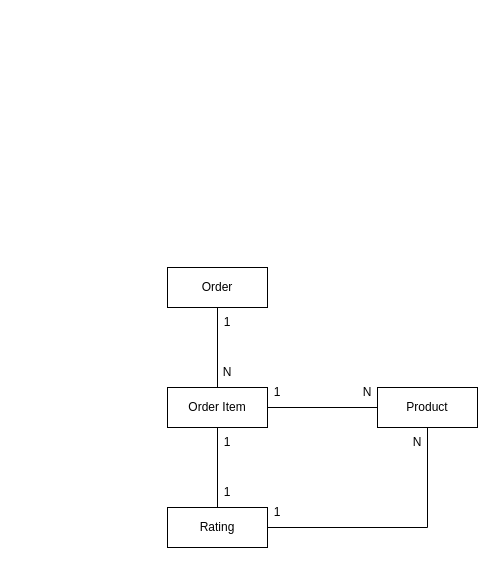
ceedee666/modern-abap-curriculum keeps this draw.io diagram as docs/imgs/scenario/scenario_data_model.drawio. Above is the earlier version. Source tidied: cells renumbered, new cells numbered last; positions are measured from the earlier drawing's top-left corner, leaving out a move shared by most shapes. Both pictures are drawn from the tidied source at 100%, with x=0, y=0 at pixel (167, 267).
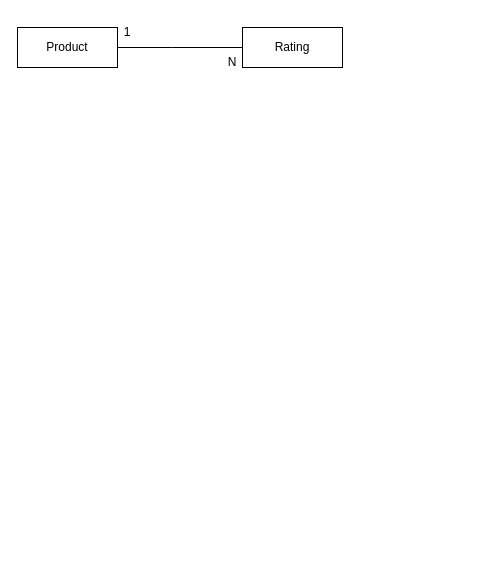
After the change.

Change to the diagram source:
```diff
@@
 <mxGraphModel>
   <root>
     <mxCell id="0" />
     <mxCell id="1" parent="0" />
-    <mxCell id="2" style="edgeStyle=orthogonalEdgeStyle;rounded=0;jettySize=auto;html=1;exitX=0.5;exitY=1;exitDx=0;exitDy=0;entryX=0.5;entryY=0;entryDx=0;entryDy=0;endArrow=none;endFill=0;" parent="1" edge="1" source="3" target="6">
-      <mxGeometry relative="1" as="geometry" />
-    </mxCell>
-    <mxCell id="3" value="Order" style="whiteSpace=wrap;html=1;align=center;" parent="1" vertex="1">
-      <mxGeometry width="100" height="40" as="geometry" />
-    </mxCell>
-    <mxCell id="4" style="edgeStyle=orthogonalEdgeStyle;rounded=0;jettySize=auto;html=1;exitX=1;exitY=0.5;exitDx=0;exitDy=0;endArrow=none;endFill=0;" parent="1" edge="1" source="6" target="9">
-      <mxGeometry relative="1" as="geometry" />
-    </mxCell>
-    <mxCell id="5" style="edgeStyle=orthogonalEdgeStyle;rounded=0;jettySize=auto;html=1;exitX=0.5;exitY=1;exitDx=0;exitDy=0;entryX=0.5;entryY=0;entryDx=0;entryDy=0;endArrow=none;endFill=0;" parent="1" edge="1" source="6" target="8">
-      <mxGeometry relative="1" as="geometry" />
+    <mxCell id="5" style="edgeStyle=orthogonalEdgeStyle;rounded=0;jettySize=auto;html=1;exitX=1;exitY=0.5;exitDx=0;exitDy=0;entryX=0;entryY=0.5;entryDx=0;entryDy=0;endArrow=none;endFill=0;" parent="1" edge="1" source="6" target="8">
+      <mxGeometry relative="1" as="geometry">
+        <Array as="points">
+          <mxPoint x="5" y="-220" />
+          <mxPoint x="5" y="-220" />
+        </Array>
+      </mxGeometry>
     </mxCell>
-    <mxCell id="6" value="Order Item" style="whiteSpace=wrap;html=1;align=center;" parent="1" vertex="1">
-      <mxGeometry y="120" width="100" height="40" as="geometry" />
+    <mxCell id="6" value="Product" style="whiteSpace=wrap;html=1;align=center;" parent="1" vertex="1">
+      <mxGeometry x="-150" y="-240" width="100" height="40" as="geometry" />
     </mxCell>
-    <mxCell id="7" style="edgeStyle=orthogonalEdgeStyle;rounded=0;jettySize=auto;html=1;exitX=1;exitY=0.5;exitDx=0;exitDy=0;endArrow=none;endFill=0;" parent="1" edge="1" source="8" target="9">
-      <mxGeometry relative="1" as="geometry" />
-    </mxCell>
     <mxCell id="8" value="Rating" style="whiteSpace=wrap;html=1;align=center;" parent="1" vertex="1">
-      <mxGeometry y="240" width="100" height="40" as="geometry" />
+      <mxGeometry x="75" y="-240" width="100" height="40" as="geometry" />
     </mxCell>
-    <mxCell id="9" value="Product" style="whiteSpace=wrap;html=1;align=center;" parent="1" vertex="1">
-      <mxGeometry x="210" y="120" width="100" height="40" as="geometry" />
-    </mxCell>
-    <mxCell id="10" value="1" style="text;html=1;strokeColor=none;fillColor=none;align=center;verticalAlign=middle;whiteSpace=wrap;rounded=0;" parent="1" vertex="1">
-      <mxGeometry x="50" y="40" width="20" height="30" as="geometry" />
-    </mxCell>
-    <mxCell id="11" value="N" style="text;html=1;strokeColor=none;fillColor=none;align=center;verticalAlign=middle;whiteSpace=wrap;rounded=0;" parent="1" vertex="1">
-      <mxGeometry x="50" y="90" width="20" height="30" as="geometry" />
-    </mxCell>
     <mxCell id="12" value="1" style="text;html=1;strokeColor=none;fillColor=none;align=center;verticalAlign=middle;whiteSpace=wrap;rounded=0;" parent="1" vertex="1">
-      <mxGeometry x="50" y="160" width="20" height="30" as="geometry" />
+      <mxGeometry x="-50" y="-250" width="20" height="30" as="geometry" />
     </mxCell>
-    <mxCell id="13" value="1" style="text;html=1;strokeColor=none;fillColor=none;align=center;verticalAlign=middle;whiteSpace=wrap;rounded=0;" parent="1" vertex="1">
-      <mxGeometry x="50" y="210" width="20" height="30" as="geometry" />
+    <mxCell id="13" value="N" style="text;html=1;strokeColor=none;fillColor=none;align=center;verticalAlign=middle;whiteSpace=wrap;rounded=0;" parent="1" vertex="1">
+      <mxGeometry x="55" y="-220" width="20" height="30" as="geometry" />
     </mxCell>
-    <mxCell id="14" value="1" style="text;html=1;strokeColor=none;fillColor=none;align=center;verticalAlign=middle;whiteSpace=wrap;rounded=0;" parent="1" vertex="1">
-      <mxGeometry x="100" y="110" width="20" height="30" as="geometry" />
-    </mxCell>
-    <mxCell id="15" value="N" style="text;html=1;strokeColor=none;fillColor=none;align=center;verticalAlign=middle;whiteSpace=wrap;rounded=0;" parent="1" vertex="1">
-      <mxGeometry x="190" y="110" width="20" height="30" as="geometry" />
-    </mxCell>
-    <mxCell id="16" value="1" style="text;html=1;strokeColor=none;fillColor=none;align=center;verticalAlign=middle;whiteSpace=wrap;rounded=0;" parent="1" vertex="1">
-      <mxGeometry x="100" y="230" width="20" height="30" as="geometry" />
-    </mxCell>
-    <mxCell id="17" value="N" style="text;html=1;strokeColor=none;fillColor=none;align=center;verticalAlign=middle;whiteSpace=wrap;rounded=0;" parent="1" vertex="1">
-      <mxGeometry x="240" y="160" width="20" height="30" as="geometry" />
-    </mxCell>
   </root>
 </mxGraphModel>
```
